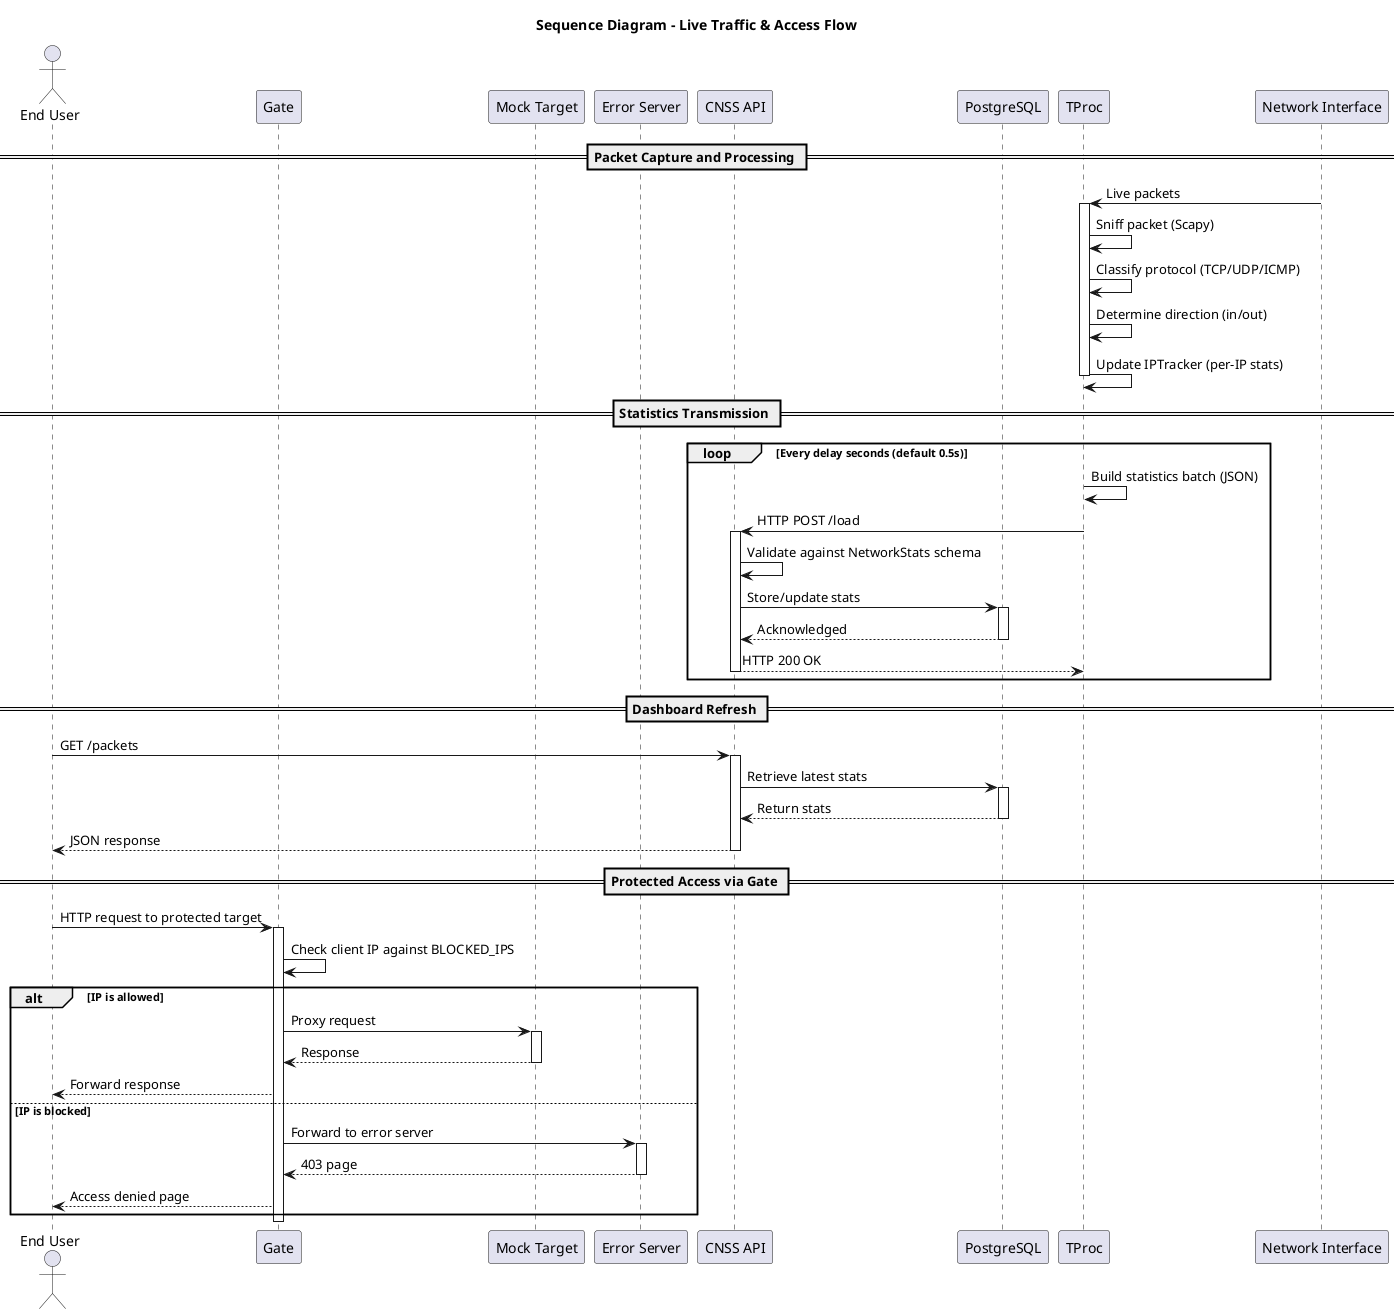
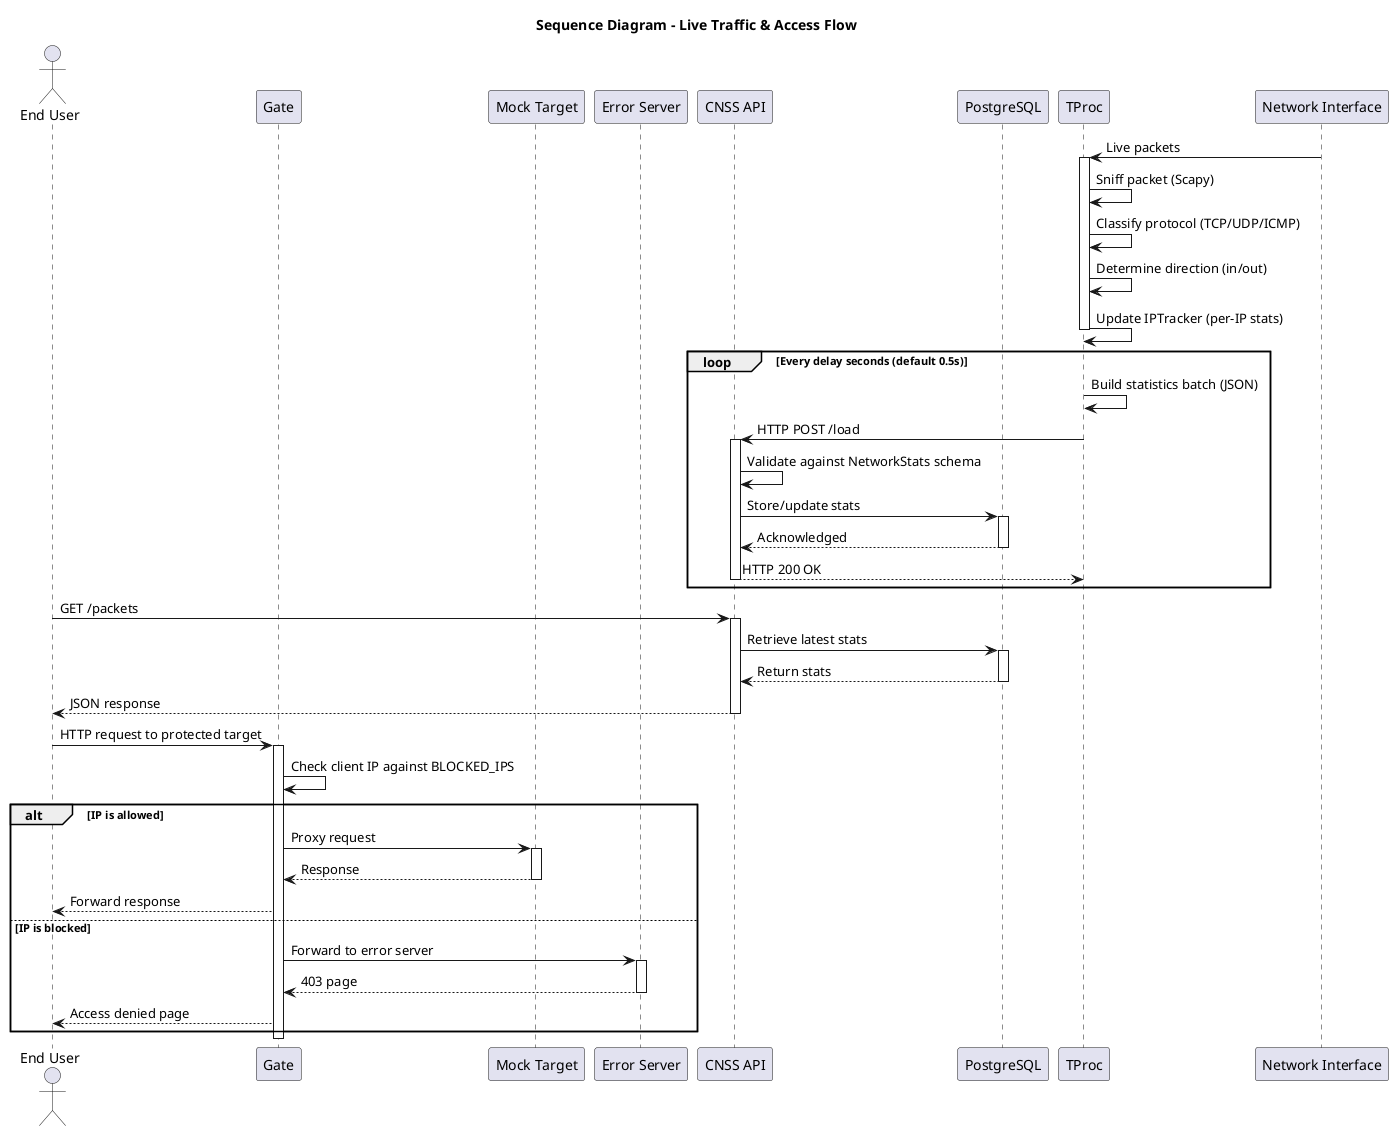
@startuml
+ ' Dynamic View – Live Traffic & Access Flow
+ 
title Sequence Diagram – Live Traffic & Access Flow

actor "End User" as user
participant "Gate" as gate
participant "Mock Target" as target
participant "Error Server" as error
participant "CNSS API" as api
participant "PostgreSQL" as db
participant "TProc" as tp
participant "Network Interface" as net

- == Packet Capture and Processing ==
net -> tp: Live packets
activate tp
tp -> tp: Sniff packet (Scapy)
tp -> tp: Classify protocol (TCP/UDP/ICMP)
tp -> tp: Determine direction (in/out)
tp -> tp: Update IPTracker (per-IP stats)
deactivate tp

- == Statistics Transmission ==
loop Every delay seconds (default 0.5s)
    tp -> tp: Build statistics batch (JSON)
    tp -> api: HTTP POST /load
    activate api
    api -> api: Validate against NetworkStats schema
    api -> db: Store/update stats
    activate db
    db --> api: Acknowledged
    deactivate db
    api --> tp: HTTP 200 OK
    deactivate api
end

- == Dashboard Refresh ==
user -> api: GET /packets
activate api
api -> db: Retrieve latest stats
activate db
db --> api: Return stats
deactivate db
api --> user: JSON response
deactivate api

- == Protected Access via Gate ==
user -> gate: HTTP request to protected target
activate gate
gate -> gate: Check client IP against BLOCKED_IPS

alt IP is allowed
    gate -> target: Proxy request
    activate target
    target --> gate: Response
    deactivate target
    gate --> user: Forward response
else IP is blocked
    gate -> error: Forward to error server
    activate error
    error --> gate: 403 page
    deactivate error
    gate --> user: Access denied page
end
deactivate gate
+ 
@enduml
